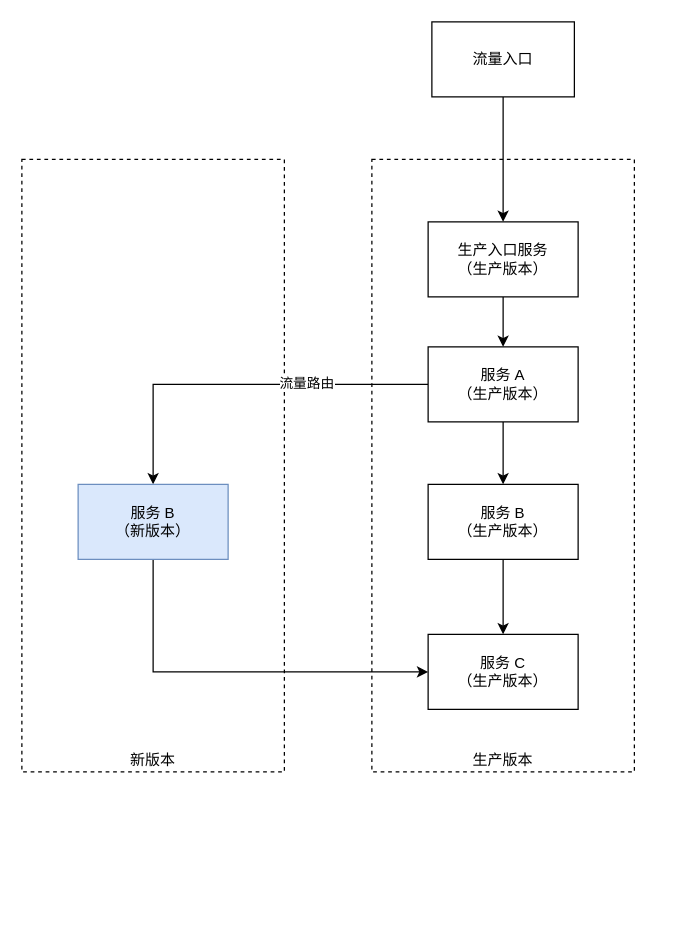
novayoung/draw keeps this draw.io diagram as page "第 1 页 的副本" (3 of 5) of im/im-grey.drawio. Above is the earlier version. Source tidied: cells renumbered, new cells numbered last; positions are measured from the earlier drawing's top-left corner, leaving out a move shared by most shapes. Both pictures are drawn from the tidied source at 125%, with x=0, y=0 at pixel (15, 21).
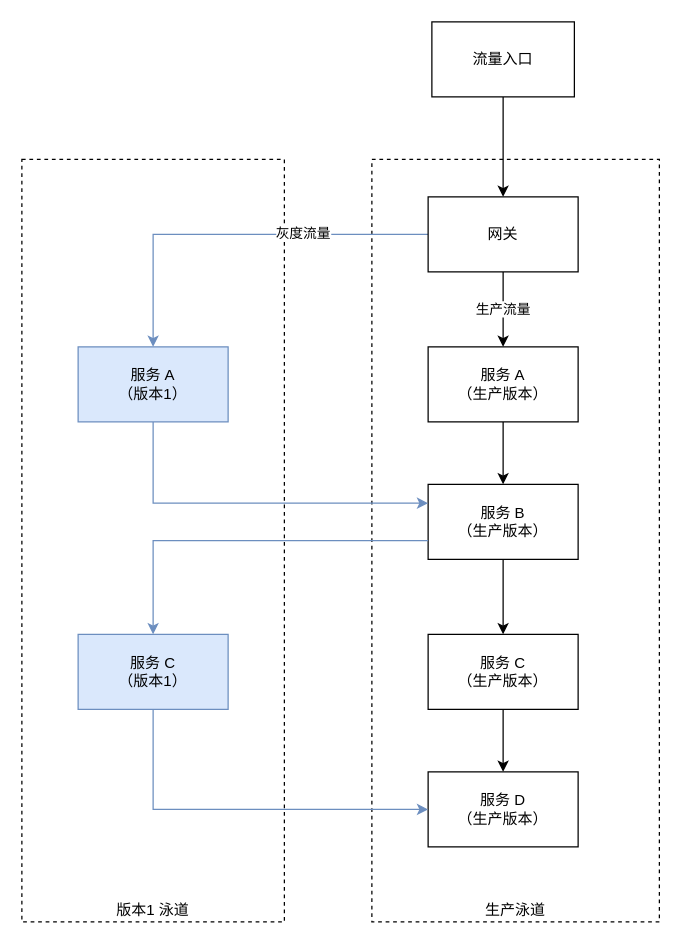
After the change.

The change refers to these unchanged cells:
```xml
<mxCell id="9" value="服务 A&lt;br&gt;（生产版本）" style="rounded=0;whiteSpace=wrap;html=1;" parent="1" vertex="1">
  <mxGeometry x="330" y="260" width="120" height="60" as="geometry" />
</mxCell>
<mxCell id="13" value="服务 B&lt;br&gt;（生产版本）" style="rounded=0;whiteSpace=wrap;html=1;" parent="1" vertex="1">
  <mxGeometry x="330" y="370" width="120" height="60" as="geometry" />
</mxCell>
<mxCell id="15" value="服务 C&lt;br&gt;（生产版本）" style="rounded=0;whiteSpace=wrap;html=1;" parent="1" vertex="1">
  <mxGeometry x="330" y="490" width="120" height="60" as="geometry" />
</mxCell>
```

The edit, as a diff of the source:
```diff
@@
-    <mxCell id="2" value="新版本" style="rounded=0;whiteSpace=wrap;html=1;dashed=1;fillColor=none;verticalAlign=bottom;" parent="1" vertex="1">
-      <mxGeometry x="5" y="110" width="210" height="490" as="geometry" />
+    <mxCell id="2" value="版本1 泳道" style="rounded=0;whiteSpace=wrap;html=1;dashed=1;fillColor=none;verticalAlign=bottom;" parent="1" vertex="1">
+      <mxGeometry x="5" y="110" width="210" height="610" as="geometry" />
     </mxCell>
-    <mxCell id="3" value="生产版本" style="rounded=0;whiteSpace=wrap;html=1;dashed=1;fillColor=none;verticalAlign=bottom;" parent="1" vertex="1">
-      <mxGeometry x="285" y="110" width="210" height="490" as="geometry" />
+    <mxCell id="3" value="生产泳道" style="rounded=0;whiteSpace=wrap;html=1;dashed=1;fillColor=none;verticalAlign=bottom;" parent="1" vertex="1">
+      <mxGeometry x="285" y="110" width="230" height="610" as="geometry" />
     </mxCell>
@@
-    <mxCell id="6" style="edgeStyle=orthogonalEdgeStyle;rounded=0;jettySize=auto;html=1;" parent="1" edge="1" source="9" target="13">
-      <mxGeometry relative="1" as="geometry" />
-    </mxCell>
-    <mxCell id="7" style="edgeStyle=orthogonalEdgeStyle;rounded=0;jettySize=auto;html=1;" parent="1" edge="1" source="9" target="17">
+    <mxCell id="7" style="edgeStyle=orthogonalEdgeStyle;rounded=0;jettySize=auto;html=1;exitX=0;exitY=0.5;exitDx=0;exitDy=0;fillColor=#dae8fc;strokeColor=#6c8ebf;" parent="1" edge="1" source="11" target="17">
       <mxGeometry relative="1" as="geometry" />
     </mxCell>
-    <mxCell id="8" value="流量路由" style="edgeLabel;html=1;align=center;verticalAlign=middle;" parent="7" vertex="1">
+    <mxCell id="8" value="灰度流量" style="edgeLabel;html=1;align=center;verticalAlign=middle;" parent="7" vertex="1">
       <mxGeometry x="-0.35" y="-2" relative="1" as="geometry" />
     </mxCell>
+    <mxCell id="6" style="edgeStyle=orthogonalEdgeStyle;rounded=0;jettySize=auto;html=1;" parent="1" edge="1" source="9" target="13">
+      <mxGeometry relative="1" as="geometry" />
+    </mxCell>
@@
-    <mxCell id="10" style="edgeStyle=orthogonalEdgeStyle;rounded=0;jettySize=auto;html=1;entryX=0.5;entryY=0;entryDx=0;entryDy=0;" parent="1" edge="1" source="11" target="9">
+    <mxCell id="10" value="生产流量" style="edgeStyle=orthogonalEdgeStyle;rounded=0;jettySize=auto;html=1;" parent="1" edge="1" source="11" target="9">
       <mxGeometry relative="1" as="geometry" />
     </mxCell>
-    <mxCell id="11" value="生产入口服务&lt;br&gt;（生产版本）" style="rounded=0;whiteSpace=wrap;html=1;" parent="1" vertex="1">
-      <mxGeometry x="330" y="160" width="120" height="60" as="geometry" />
+    <mxCell id="11" value="网关" style="rounded=0;whiteSpace=wrap;html=1;" parent="1" vertex="1">
+      <mxGeometry x="330" y="140" width="120" height="60" as="geometry" />
     </mxCell>
@@
+    <mxCell id="18" style="edgeStyle=orthogonalEdgeStyle;rounded=0;jettySize=auto;html=1;entryX=0.5;entryY=0;entryDx=0;entryDy=0;exitX=0;exitY=0.75;exitDx=0;exitDy=0;fillColor=#dae8fc;strokeColor=#6c8ebf;" parent="1" edge="1" source="13" target="22">
+      <mxGeometry relative="1" as="geometry">
+        <Array as="points">
+          <mxPoint x="110" y="415" />
+        </Array>
+      </mxGeometry>
+    </mxCell>
+    <mxCell id="19" style="edgeStyle=orthogonalEdgeStyle;rounded=0;jettySize=auto;html=1;" parent="1" edge="1" source="15" target="20">
+      <mxGeometry relative="1" as="geometry" />
+    </mxCell>
@@
-    <mxCell id="16" style="edgeStyle=orthogonalEdgeStyle;rounded=0;jettySize=auto;html=1;entryX=0;entryY=0.5;entryDx=0;entryDy=0;exitX=0.5;exitY=1;exitDx=0;exitDy=0;" parent="1" edge="1" source="17" target="15">
+    <mxCell id="16" style="edgeStyle=orthogonalEdgeStyle;rounded=0;jettySize=auto;html=1;exitX=0.5;exitY=1;exitDx=0;exitDy=0;fillColor=#dae8fc;strokeColor=#6c8ebf;entryX=0;entryY=0.25;entryDx=0;entryDy=0;" parent="1" edge="1" source="17" target="13">
       <mxGeometry relative="1" as="geometry" />
     </mxCell>
-    <mxCell id="17" value="服务 B&lt;br&gt;（新版本）" style="rounded=0;whiteSpace=wrap;html=1;fillColor=#dae8fc;strokeColor=#6c8ebf;" parent="1" vertex="1">
-      <mxGeometry x="50" y="370" width="120" height="60" as="geometry" />
+    <mxCell id="17" value="服务 A&lt;br&gt;（版本1）" style="rounded=0;whiteSpace=wrap;html=1;fillColor=#dae8fc;strokeColor=#6c8ebf;" parent="1" vertex="1">
+      <mxGeometry x="50" y="260" width="120" height="60" as="geometry" />
     </mxCell>
+    <mxCell id="20" value="服务 D&lt;br&gt;（生产版本）" style="rounded=0;whiteSpace=wrap;html=1;" parent="1" vertex="1">
+      <mxGeometry x="330" y="600" width="120" height="60" as="geometry" />
+    </mxCell>
+    <mxCell id="21" style="edgeStyle=orthogonalEdgeStyle;rounded=0;jettySize=auto;html=1;exitX=0.5;exitY=1;exitDx=0;exitDy=0;fillColor=#dae8fc;strokeColor=#6c8ebf;entryX=0;entryY=0.5;entryDx=0;entryDy=0;" parent="1" edge="1" source="22" target="20">
+      <mxGeometry relative="1" as="geometry" />
+    </mxCell>
+    <mxCell id="22" value="服务 C&lt;br&gt;（版本1）" style="rounded=0;whiteSpace=wrap;html=1;fillColor=#dae8fc;strokeColor=#6c8ebf;" parent="1" vertex="1">
+      <mxGeometry x="50" y="490" width="120" height="60" as="geometry" />
+    </mxCell>
```
